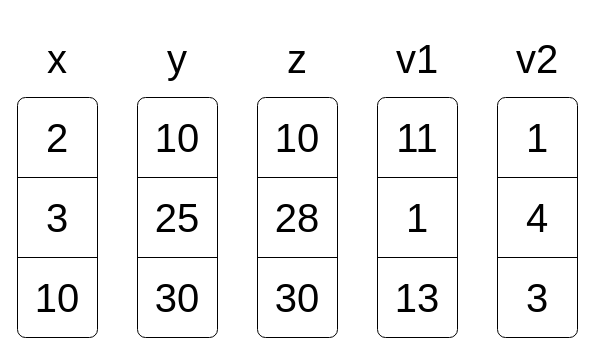
modelica/fmi-ls-struct keeps this draw.io diagram as main/images/irregular-3-d.drawio. Above is the earlier version. Source tidied: cells renumbered, new cells numbered last; positions are measured from the earlier drawing's top-left corner, leaving out a move shared by most shapes. Both pictures are drawn from the tidied source at 100%, with x=0, y=0 at pixel (17, 17).
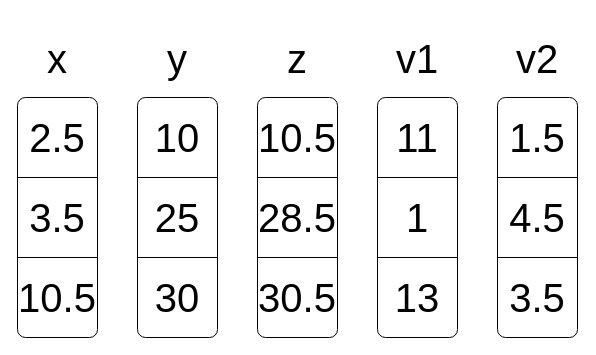
After the change.

Change to the diagram source:
```diff
@@
-    <mxCell id="5" value="2" style="text;html=1;whiteSpace=wrap;strokeColor=none;fillColor=none;align=center;verticalAlign=middle;rounded=0;fontSize=40;" parent="1" vertex="1">
+    <mxCell id="5" value="2.5" style="text;html=1;whiteSpace=wrap;strokeColor=none;fillColor=none;align=center;verticalAlign=middle;rounded=0;fontSize=40;" parent="1" vertex="1">
       <mxGeometry y="80" width="80" height="80" as="geometry" />
     </mxCell>
-    <mxCell id="6" value="3" style="text;html=1;whiteSpace=wrap;strokeColor=none;fillColor=none;align=center;verticalAlign=middle;rounded=0;fontSize=40;" parent="1" vertex="1">
+    <mxCell id="6" value="3.5" style="text;html=1;whiteSpace=wrap;strokeColor=none;fillColor=none;align=center;verticalAlign=middle;rounded=0;fontSize=40;" parent="1" vertex="1">
       <mxGeometry y="160" width="80" height="80" as="geometry" />
     </mxCell>
@@
-    <mxCell id="8" value="10" style="text;html=1;whiteSpace=wrap;strokeColor=none;fillColor=none;align=center;verticalAlign=middle;rounded=0;fontSize=40;" parent="1" vertex="1">
+    <mxCell id="8" value="10.5" style="text;html=1;whiteSpace=wrap;strokeColor=none;fillColor=none;align=center;verticalAlign=middle;rounded=0;fontSize=40;" parent="1" vertex="1">
       <mxGeometry y="240" width="80" height="80" as="geometry" />
     </mxCell>
@@
-    <mxCell id="19" value="10" style="text;html=1;whiteSpace=wrap;strokeColor=none;fillColor=none;align=center;verticalAlign=middle;rounded=0;fontSize=40;" parent="1" vertex="1">
+    <mxCell id="19" value="10.5" style="text;html=1;whiteSpace=wrap;strokeColor=none;fillColor=none;align=center;verticalAlign=middle;rounded=0;fontSize=40;" parent="1" vertex="1">
       <mxGeometry x="240" y="80" width="80" height="80" as="geometry" />
     </mxCell>
-    <mxCell id="20" value="28" style="text;html=1;whiteSpace=wrap;strokeColor=none;fillColor=none;align=center;verticalAlign=middle;rounded=0;fontSize=40;" parent="1" vertex="1">
+    <mxCell id="20" value="28.5" style="text;html=1;whiteSpace=wrap;strokeColor=none;fillColor=none;align=center;verticalAlign=middle;rounded=0;fontSize=40;" parent="1" vertex="1">
       <mxGeometry x="240" y="160" width="80" height="80" as="geometry" />
     </mxCell>
@@
-    <mxCell id="22" value="30" style="text;html=1;whiteSpace=wrap;strokeColor=none;fillColor=none;align=center;verticalAlign=middle;rounded=0;fontSize=40;" parent="1" vertex="1">
+    <mxCell id="22" value="30.5" style="text;html=1;whiteSpace=wrap;strokeColor=none;fillColor=none;align=center;verticalAlign=middle;rounded=0;fontSize=40;" parent="1" vertex="1">
       <mxGeometry x="240" y="240" width="80" height="80" as="geometry" />
     </mxCell>
@@
-    <mxCell id="33" value="1" style="text;html=1;whiteSpace=wrap;strokeColor=none;fillColor=none;align=center;verticalAlign=middle;rounded=0;fontSize=40;" parent="1" vertex="1">
+    <mxCell id="33" value="1.5" style="text;html=1;whiteSpace=wrap;strokeColor=none;fillColor=none;align=center;verticalAlign=middle;rounded=0;fontSize=40;" parent="1" vertex="1">
       <mxGeometry x="480" y="80" width="80" height="80" as="geometry" />
     </mxCell>
-    <mxCell id="34" value="4" style="text;html=1;whiteSpace=wrap;strokeColor=none;fillColor=none;align=center;verticalAlign=middle;rounded=0;fontSize=40;" parent="1" vertex="1">
+    <mxCell id="34" value="4.5" style="text;html=1;whiteSpace=wrap;strokeColor=none;fillColor=none;align=center;verticalAlign=middle;rounded=0;fontSize=40;" parent="1" vertex="1">
       <mxGeometry x="480" y="160" width="80" height="80" as="geometry" />
     </mxCell>
@@
-    <mxCell id="36" value="3" style="text;html=1;whiteSpace=wrap;strokeColor=none;fillColor=none;align=center;verticalAlign=middle;rounded=0;fontSize=40;" parent="1" vertex="1">
+    <mxCell id="36" value="3.5" style="text;html=1;whiteSpace=wrap;strokeColor=none;fillColor=none;align=center;verticalAlign=middle;rounded=0;fontSize=40;" parent="1" vertex="1">
       <mxGeometry x="480" y="240" width="80" height="80" as="geometry" />
     </mxCell>
```
